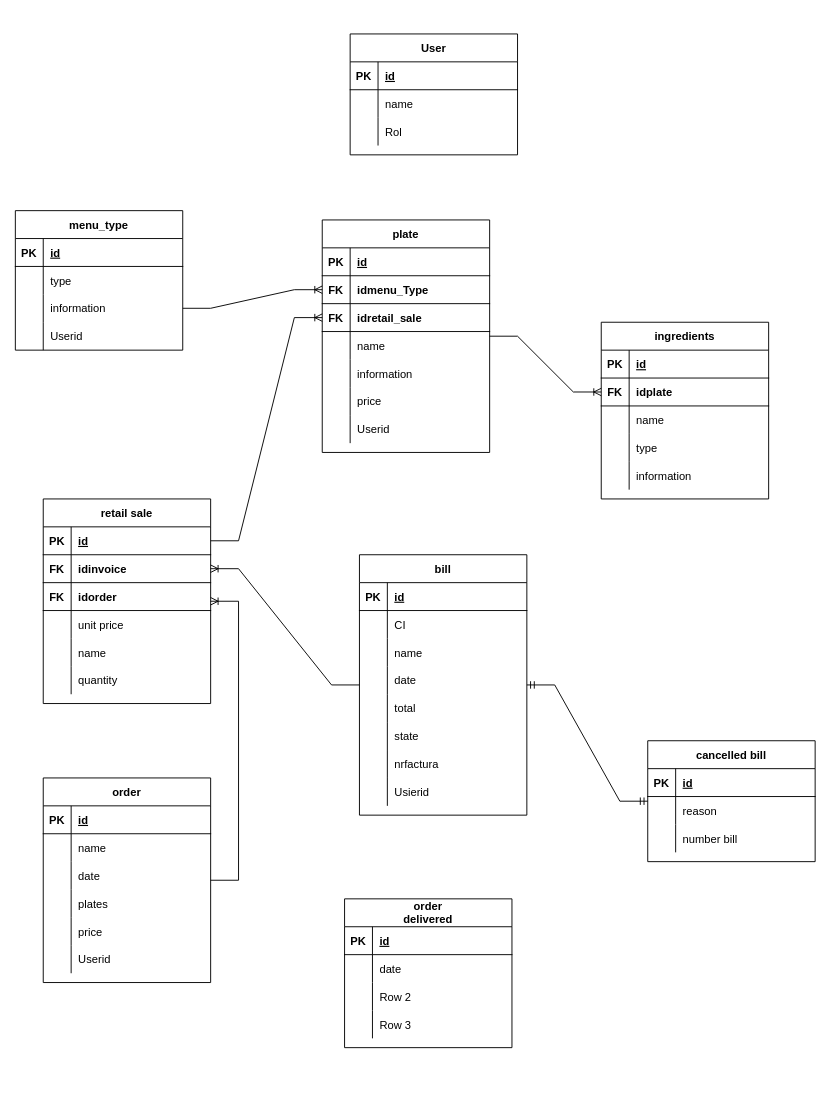
The draw.io diagram diagrama/Untitled Diagram.drawio in poolextremo/programaci-n-3, before the edit. Source tidied: cells renumbered, new cells numbered last; positions are measured from the earlier drawing's top-left corner, leaving out a move shared by most shapes. Both pictures are drawn from the tidied source at 93%, with x=0, y=0 at pixel (15, 33).
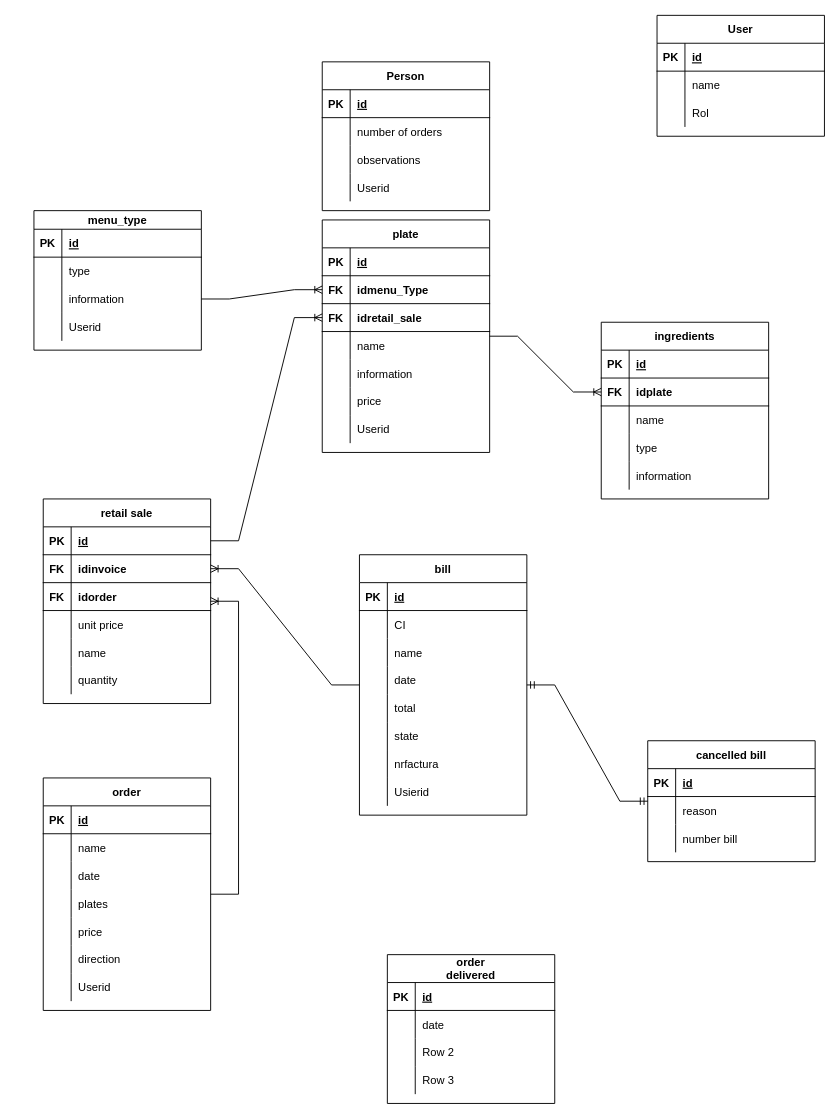
The same page after the edit.

Diff of the diagram source:
```diff
@@
     <mxCell id="2" value="User" style="shape=table;startSize=30;childLayout=tableLayout;rowLines=0;fontStyle=1;align=center;" parent="1" vertex="1">
-      <mxGeometry x="360" width="180" height="130" as="geometry" />
+      <mxGeometry x="690" y="-20" width="180" height="130" as="geometry" />
     </mxCell>
@@
-    <mxCell id="12" value="menu_type" style="shape=table;startSize=30;childLayout=tableLayout;rowLines=0;fontStyle=1;align=center;" parent="1" vertex="1">
-      <mxGeometry y="190" width="180" height="150" as="geometry" />
+    <mxCell id="12" value="menu_type" style="shape=table;startSize=20;childLayout=tableLayout;rowLines=0;fontStyle=1;align=center;" parent="1" vertex="1">
+      <mxGeometry x="20" y="190" width="180" height="150" as="geometry" />
     </mxCell>
     <mxCell id="13" style="shape=tableRow;horizontal=0;startSize=0;swimlaneHead=0;swimlaneBody=0;fillColor=none;top=0;left=0;right=0;bottom=1;" parent="12" vertex="1">
-      <mxGeometry y="30" width="180" height="30" as="geometry" />
+      <mxGeometry y="20" width="180" height="30" as="geometry" />
     </mxCell>
@@
     <mxCell id="16" style="shape=tableRow;horizontal=0;startSize=0;swimlaneHead=0;swimlaneBody=0;fillColor=none;top=0;left=0;right=0;bottom=0;" parent="12" vertex="1">
-      <mxGeometry y="60" width="180" height="30" as="geometry" />
+      <mxGeometry y="50" width="180" height="30" as="geometry" />
     </mxCell>
@@
     <mxCell id="19" style="shape=tableRow;horizontal=0;startSize=0;swimlaneHead=0;swimlaneBody=0;fillColor=none;points=[[0,0.5],[1,0.5]];portConstraint=eastwest;top=0;left=0;right=0;bottom=0;" parent="12" vertex="1">
-      <mxGeometry y="90" width="180" height="30" as="geometry" />
+      <mxGeometry y="80" width="180" height="30" as="geometry" />
     </mxCell>
@@
     <mxCell id="22" style="shape=tableRow;horizontal=0;startSize=0;swimlaneHead=0;swimlaneBody=0;fillColor=none;top=0;left=0;right=0;bottom=0;" parent="12" vertex="1">
-      <mxGeometry y="120" width="180" height="30" as="geometry" />
+      <mxGeometry y="110" width="180" height="30" as="geometry" />
     </mxCell>
@@
     <mxCell id="111" value="order" style="shape=table;startSize=30;childLayout=tableLayout;rowLines=0;fontStyle=1;align=center;" parent="1" vertex="1">
-      <mxGeometry x="30" y="800" width="180" height="220" as="geometry" />
+      <mxGeometry x="30" y="800" width="180" height="250" as="geometry" />
     </mxCell>
@@
+    <mxCell id="155" style="shape=tableRow;horizontal=0;startSize=0;swimlaneHead=0;swimlaneBody=0;fillColor=none;top=0;left=0;right=0;bottom=0;" parent="111" vertex="1">
+      <mxGeometry y="180" width="180" height="30" as="geometry" />
+    </mxCell>
+    <mxCell id="156" style="shape=partialRectangle;fillColor=none;top=0;left=0;bottom=0;right=0;overflow=hidden;" parent="155" vertex="1">
+      <mxGeometry width="30" height="30" as="geometry" />
+    </mxCell>
+    <mxCell id="157" value="direction" style="shape=partialRectangle;fillColor=none;top=0;left=0;bottom=0;right=0;align=left;spacingLeft=6;overflow=hidden;" parent="155" vertex="1">
+      <mxGeometry x="30" width="150" height="30" as="geometry" />
+    </mxCell>
     <mxCell id="127" style="shape=tableRow;horizontal=0;startSize=0;swimlaneHead=0;swimlaneBody=0;fillColor=none;top=0;left=0;right=0;bottom=0;" parent="111" vertex="1">
-      <mxGeometry y="180" width="180" height="30" as="geometry" />
+      <mxGeometry y="210" width="180" height="30" as="geometry" />
     </mxCell>
@@
     <mxCell id="142" value="order &#10;delivered" style="shape=table;startSize=30;childLayout=tableLayout;rowLines=0;fontStyle=1;align=center;" parent="1" vertex="1">
-      <mxGeometry x="354" y="930" width="180" height="160" as="geometry" />
+      <mxGeometry x="400" y="990" width="180" height="160" as="geometry" />
     </mxCell>
@@
+    <mxCell id="158" value="Person" style="shape=table;startSize=30;childLayout=tableLayout;rowLines=0;fontStyle=1;align=center;" parent="1" vertex="1">
+      <mxGeometry x="330" y="30" width="180" height="160" as="geometry" />
+    </mxCell>
+    <mxCell id="159" style="shape=tableRow;horizontal=0;startSize=0;swimlaneHead=0;swimlaneBody=0;fillColor=none;top=0;left=0;right=0;bottom=1;" parent="158" vertex="1">
+      <mxGeometry y="30" width="180" height="30" as="geometry" />
+    </mxCell>
+    <mxCell id="160" value="PK" style="shape=partialRectangle;fillColor=none;top=0;left=0;bottom=0;right=0;fontStyle=1;overflow=hidden;" parent="159" vertex="1">
+      <mxGeometry width="30" height="30" as="geometry" />
+    </mxCell>
+    <mxCell id="161" value="id" style="shape=partialRectangle;fillColor=none;top=0;left=0;bottom=0;right=0;align=left;spacingLeft=6;fontStyle=5;overflow=hidden;" parent="159" vertex="1">
+      <mxGeometry x="30" width="150" height="30" as="geometry" />
+    </mxCell>
+    <mxCell id="162" style="shape=tableRow;horizontal=0;startSize=0;swimlaneHead=0;swimlaneBody=0;fillColor=none;top=0;left=0;right=0;bottom=0;" parent="158" vertex="1">
+      <mxGeometry y="60" width="180" height="30" as="geometry" />
+    </mxCell>
+    <mxCell id="163" style="shape=partialRectangle;fillColor=none;top=0;left=0;bottom=0;right=0;overflow=hidden;" parent="162" vertex="1">
+      <mxGeometry width="30" height="30" as="geometry" />
+    </mxCell>
+    <mxCell id="164" value="number of orders" style="shape=partialRectangle;fillColor=none;top=0;left=0;bottom=0;right=0;align=left;spacingLeft=6;overflow=hidden;" parent="162" vertex="1">
+      <mxGeometry x="30" width="150" height="30" as="geometry" />
+    </mxCell>
+    <mxCell id="165" style="shape=tableRow;horizontal=0;startSize=0;swimlaneHead=0;swimlaneBody=0;fillColor=none;top=0;left=0;right=0;bottom=0;" parent="158" vertex="1">
+      <mxGeometry y="90" width="180" height="30" as="geometry" />
+    </mxCell>
+    <mxCell id="166" style="shape=partialRectangle;fillColor=none;top=0;left=0;bottom=0;right=0;overflow=hidden;" parent="165" vertex="1">
+      <mxGeometry width="30" height="30" as="geometry" />
+    </mxCell>
+    <mxCell id="167" value="observations" style="shape=partialRectangle;fillColor=none;top=0;left=0;bottom=0;right=0;align=left;spacingLeft=6;overflow=hidden;" parent="165" vertex="1">
+      <mxGeometry x="30" width="150" height="30" as="geometry" />
+    </mxCell>
+    <mxCell id="168" style="shape=tableRow;horizontal=0;startSize=0;swimlaneHead=0;swimlaneBody=0;fillColor=none;top=0;left=0;right=0;bottom=0;" parent="158" vertex="1">
+      <mxGeometry y="120" width="180" height="30" as="geometry" />
+    </mxCell>
+    <mxCell id="169" style="shape=partialRectangle;fillColor=none;top=0;left=0;bottom=0;right=0;overflow=hidden;" parent="168" vertex="1">
+      <mxGeometry width="30" height="30" as="geometry" />
+    </mxCell>
+    <mxCell id="170" value="Userid" style="shape=partialRectangle;fillColor=none;top=0;left=0;bottom=0;right=0;align=left;spacingLeft=6;overflow=hidden;" parent="168" vertex="1">
+      <mxGeometry x="30" width="150" height="30" as="geometry" />
+    </mxCell>
```
